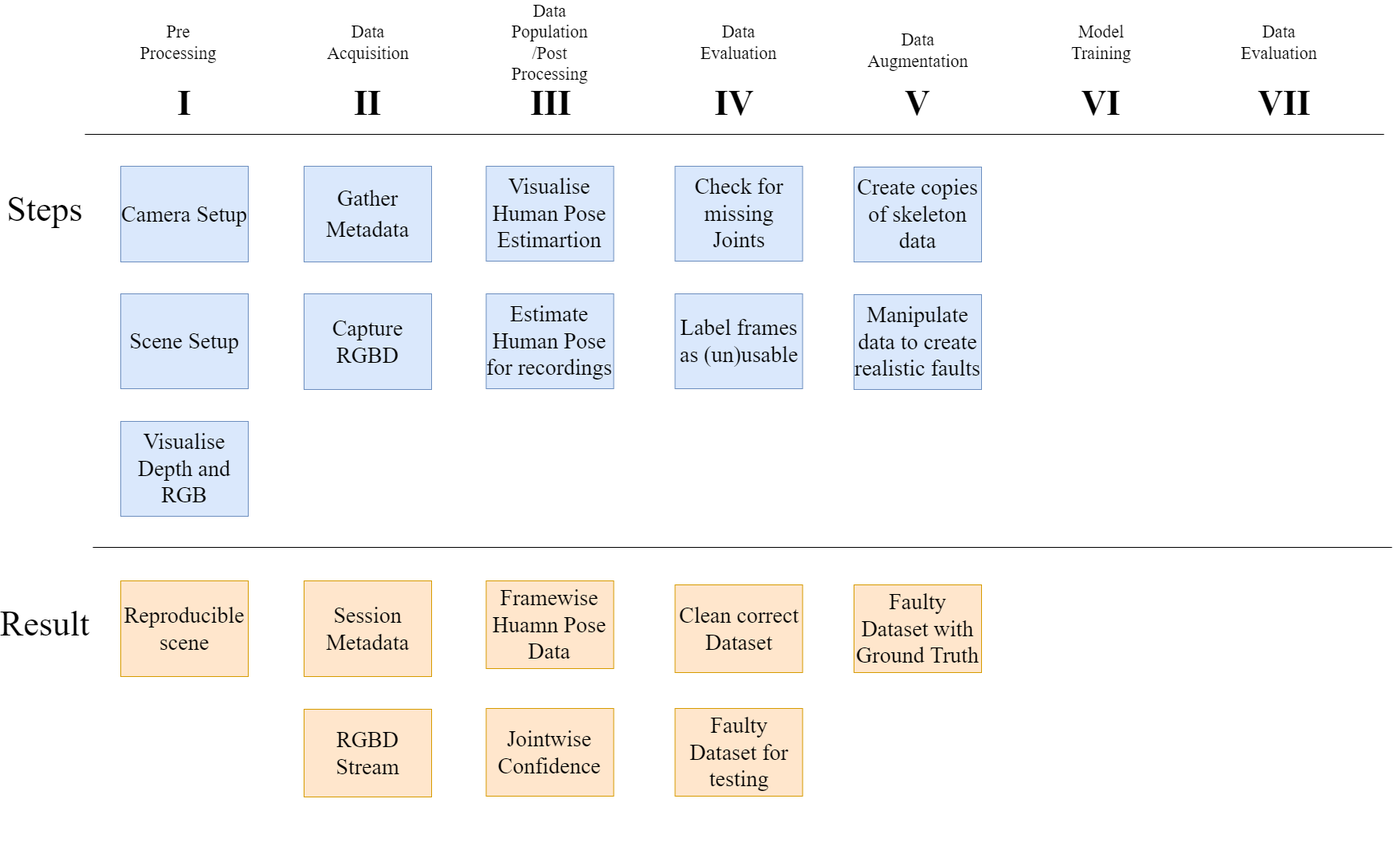
Earlier version of the draw.io export docs/Thesis/figures/ProcessingPipeline/ProcessingPipeline.png (LeonardoPohl/FESD). Source tidied: cells renumbered, new cells last; positions are measured from the earlier drawing's top-left corner, leaving out a move shared by most shapes.
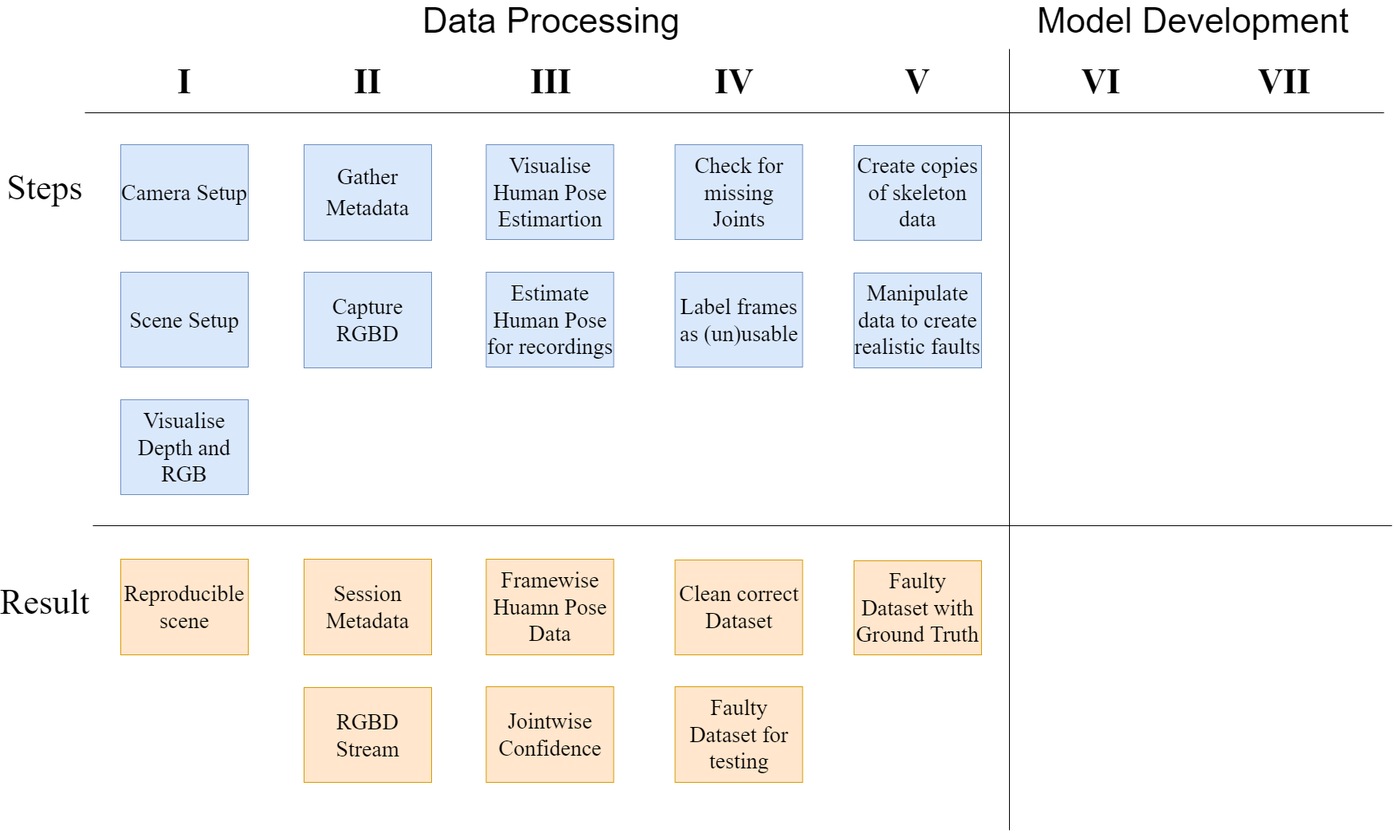
Above is the later version.

The edit, as a diff of the source:
```diff
@@ -36,13 +36,13 @@
       <mxGeometry x="35" y="410" width="160" height="119" as="geometry" />
     </mxCell>
     <mxCell id="12" value="&lt;font style=&quot;font-size: 44px;&quot; face=&quot;Times New Roman&quot;&gt;IV&lt;/font&gt;" style="swimlane;whiteSpace=wrap;html=1;strokeColor=none;fillColor=none;swimlaneLine=0;" parent="1" vertex="1">
-      <mxGeometry x="780" y="80" width="230" height="725" as="geometry" />
+      <mxGeometry x="780" y="80" width="230" height="730" as="geometry" />
     </mxCell>
     <mxCell id="13" value="Check for missing Joints" style="rounded=0;whiteSpace=wrap;html=1;fontFamily=Times New Roman;fontSize=28;fillColor=#dae8fc;strokeColor=#6c8ebf;" parent="12" vertex="1">
       <mxGeometry x="40.5" y="90" width="160" height="119" as="geometry" />
     </mxCell>
     <mxCell id="14" value="&lt;div style=&quot;font-size: 28px;&quot;&gt;&lt;font style=&quot;font-size: 28px;&quot;&gt;Clean correct Dataset&lt;/font&gt;&lt;/div&gt;" style="rounded=0;whiteSpace=wrap;html=1;fontFamily=Times New Roman;fontSize=28;fillColor=#ffe6cc;strokeColor=#d79b00;" parent="12" vertex="1">
-      <mxGeometry x="40.5" y="615" width="160" height="110" as="geometry" />
+      <mxGeometry x="40.5" y="611" width="160" height="119" as="geometry" />
     </mxCell>
     <mxCell id="15" value="Label frames as (un)usable" style="rounded=0;whiteSpace=wrap;html=1;fontFamily=Times New Roman;fontSize=28;fillColor=#dae8fc;strokeColor=#6c8ebf;" parent="12" vertex="1">
       <mxGeometry x="40.5" y="250" width="160" height="119" as="geometry" />
@@ -57,7 +57,7 @@
       <mxGeometry x="33.5" y="250" width="160" height="119" as="geometry" />
     </mxCell>
     <mxCell id="19" value="&lt;div style=&quot;font-size: 28px;&quot;&gt;&lt;font style=&quot;font-size: 28px;&quot;&gt;Framewise Huamn Pose Data&lt;/font&gt;&lt;/div&gt;" style="rounded=0;whiteSpace=wrap;html=1;fontFamily=Times New Roman;fontSize=28;fillColor=#ffe6cc;strokeColor=#d79b00;" parent="16" vertex="1">
-      <mxGeometry x="33.5" y="610" width="160" height="110" as="geometry" />
+      <mxGeometry x="33.5" y="610" width="160" height="120" as="geometry" />
     </mxCell>
     <mxCell id="20" value="&lt;font style=&quot;font-size: 44px;&quot; face=&quot;Times New Roman&quot;&gt;V&lt;/font&gt;" style="swimlane;whiteSpace=wrap;html=1;strokeColor=none;fillColor=none;swimlaneLine=0;" parent="1" vertex="1">
       <mxGeometry x="1010" y="80" width="230" height="670" as="geometry" />
@@ -74,27 +74,6 @@
     <mxCell id="24" value="&lt;font style=&quot;font-size: 44px;&quot; face=&quot;Times New Roman&quot;&gt;VI&lt;/font&gt;" style="swimlane;whiteSpace=wrap;html=1;strokeColor=none;fillColor=none;swimlaneLine=0;" parent="1" vertex="1">
       <mxGeometry x="1240" y="80" width="230" height="670" as="geometry" />
     </mxCell>
-    <mxCell id="25" value="Pre Processing" style="text;html=1;strokeColor=none;fillColor=none;align=center;verticalAlign=middle;whiteSpace=wrap;rounded=0;fontSize=22;fontFamily=Times New Roman;" parent="1" vertex="1">
-      <mxGeometry x="160" width="75" height="30" as="geometry" />
-    </mxCell>
-    <mxCell id="26" value="Data Augmentation" style="text;html=1;strokeColor=none;fillColor=none;align=center;verticalAlign=middle;whiteSpace=wrap;rounded=0;fontSize=22;fontFamily=Times New Roman;" parent="1" vertex="1">
-      <mxGeometry x="1087.5" y="10" width="75" height="30" as="geometry" />
-    </mxCell>
-    <mxCell id="27" value="Data Evaluation" style="text;html=1;strokeColor=none;fillColor=none;align=center;verticalAlign=middle;whiteSpace=wrap;rounded=0;fontSize=22;fontFamily=Times New Roman;" parent="1" vertex="1">
-      <mxGeometry x="1541" width="75" height="30" as="geometry" />
-    </mxCell>
-    <mxCell id="28" value="Model Training" style="text;html=1;strokeColor=none;fillColor=none;align=center;verticalAlign=middle;whiteSpace=wrap;rounded=0;fontSize=22;fontFamily=Times New Roman;" parent="1" vertex="1">
-      <mxGeometry x="1317.5" width="75" height="30" as="geometry" />
-    </mxCell>
-    <mxCell id="29" value="Data Acquisition" style="text;html=1;strokeColor=none;fillColor=none;align=center;verticalAlign=middle;whiteSpace=wrap;rounded=0;fontSize=22;fontFamily=Times New Roman;" parent="1" vertex="1">
-      <mxGeometry x="397.5" width="75" height="30" as="geometry" />
-    </mxCell>
-    <mxCell id="30" value="Data Evaluation" style="text;html=1;strokeColor=none;fillColor=none;align=center;verticalAlign=middle;whiteSpace=wrap;rounded=0;fontSize=22;fontFamily=Times New Roman;" parent="1" vertex="1">
-      <mxGeometry x="863" width="75" height="30" as="geometry" />
-    </mxCell>
-    <mxCell id="31" value="&lt;div&gt;Data Population &lt;br&gt;/Post Processing&lt;/div&gt;" style="text;html=1;strokeColor=none;fillColor=none;align=center;verticalAlign=middle;whiteSpace=wrap;rounded=0;fontSize=22;fontFamily=Times New Roman;" parent="1" vertex="1">
-      <mxGeometry x="626" width="75" height="30" as="geometry" />
-    </mxCell>
     <mxCell id="32" style="endArrow=none;html=1;rounded=0;fontFamily=Times New Roman;fontSize=22;" parent="1" edge="1">
       <mxGeometry relative="1" as="geometry">
         <mxPoint x="80" y="130" as="sourcePoint" />
@@ -108,16 +87,28 @@
       <mxGeometry y="730" width="60" height="30" as="geometry" />
     </mxCell>
     <mxCell id="35" value="&lt;div style=&quot;font-size: 28px;&quot;&gt;&lt;font style=&quot;font-size: 28px;&quot;&gt;RGBD Stream&lt;/font&gt;&lt;/div&gt;" style="rounded=0;whiteSpace=wrap;html=1;fontFamily=Times New Roman;fontSize=28;fillColor=#ffe6cc;strokeColor=#d79b00;" parent="1" vertex="1">
-      <mxGeometry x="355" y="851" width="160" height="110" as="geometry" />
+      <mxGeometry x="355" y="851" width="160" height="119" as="geometry" />
     </mxCell>
     <mxCell id="36" value="&lt;div style=&quot;font-size: 28px;&quot;&gt;&lt;font style=&quot;font-size: 28px;&quot;&gt;Jointwise Confidence&lt;/font&gt;&lt;/div&gt;" style="rounded=0;whiteSpace=wrap;html=1;fontFamily=Times New Roman;fontSize=28;fillColor=#ffe6cc;strokeColor=#d79b00;" parent="1" vertex="1">
-      <mxGeometry x="583.5" y="850" width="160" height="110" as="geometry" />
+      <mxGeometry x="583.5" y="850" width="160" height="120" as="geometry" />
     </mxCell>
     <mxCell id="37" value="&lt;div style=&quot;font-size: 28px;&quot;&gt;&lt;font style=&quot;font-size: 28px;&quot;&gt;Faulty Dataset for testing&lt;/font&gt;&lt;/div&gt;" style="rounded=0;whiteSpace=wrap;html=1;fontFamily=Times New Roman;fontSize=28;fillColor=#ffe6cc;strokeColor=#d79b00;" parent="1" vertex="1">
-      <mxGeometry x="820.5" y="850" width="160" height="110" as="geometry" />
+      <mxGeometry x="820.5" y="850" width="160" height="120" as="geometry" />
     </mxCell>
     <mxCell id="38" value="&lt;div style=&quot;font-size: 28px;&quot;&gt;&lt;font style=&quot;font-size: 28px;&quot;&gt;Faulty Dataset with Ground Truth&lt;/font&gt;&lt;/div&gt;" style="rounded=0;whiteSpace=wrap;html=1;fontFamily=Times New Roman;fontSize=28;fillColor=#ffe6cc;strokeColor=#d79b00;" parent="1" vertex="1">
-      <mxGeometry x="1045" y="695" width="160" height="110" as="geometry" />
+      <mxGeometry x="1045" y="692" width="160" height="118" as="geometry" />
     </mxCell>
+    <mxCell id="39" style="endArrow=none;html=1;rounded=0;fontFamily=Times New Roman;fontSize=22;" parent="1" edge="1">
+      <mxGeometry relative="1" as="geometry">
+        <mxPoint x="1240" y="50" as="sourcePoint" />
+        <mxPoint x="1240" y="1030" as="targetPoint" />
+      </mxGeometry>
+    </mxCell>
+    <mxCell id="40" value="Data Processing" style="text;html=1;strokeColor=none;fillColor=none;align=center;verticalAlign=middle;whiteSpace=wrap;rounded=0;fontSize=44;" parent="1" vertex="1">
+      <mxGeometry x="421.8" width="486.5" height="30" as="geometry" />
+    </mxCell>
+    <mxCell id="41" value="Model Development" style="text;html=1;strokeColor=none;fillColor=none;align=center;verticalAlign=middle;whiteSpace=wrap;rounded=0;fontSize=44;" parent="1" vertex="1">
+      <mxGeometry x="1227" width="486.5" height="30" as="geometry" />
+    </mxCell>
   </root>
 </mxGraphModel>
```
